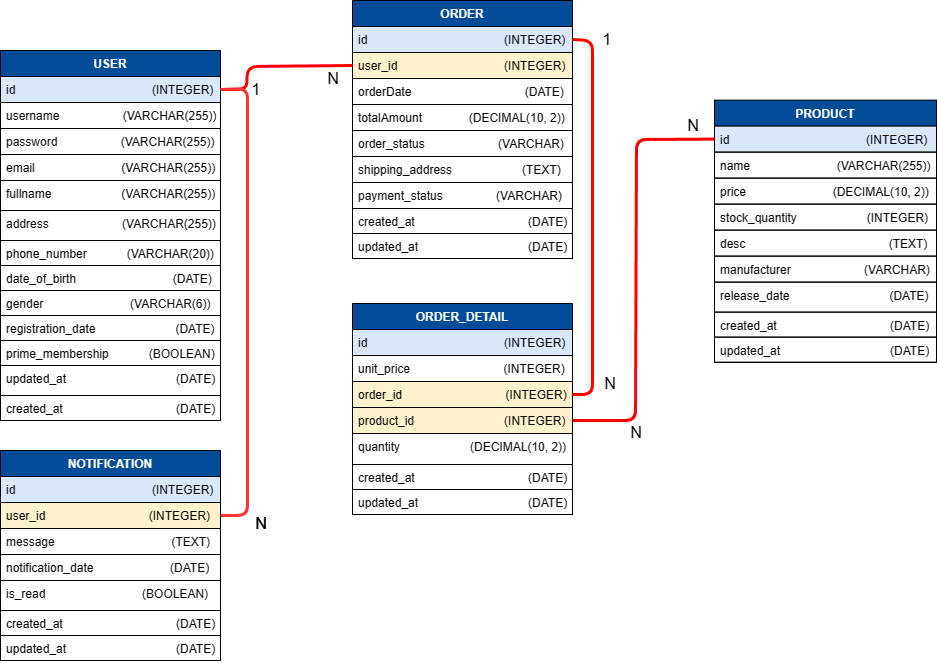
This is images/phat/DB_Design-release.png from LittleLegend-Pengiun/Thesis-ecommerce-k8s, a draw.io export, as it was before one commit. Source tidied: cells renumbered, new cells last; positions are measured from the earlier drawing's top-left corner, leaving out a move shared by most shapes.
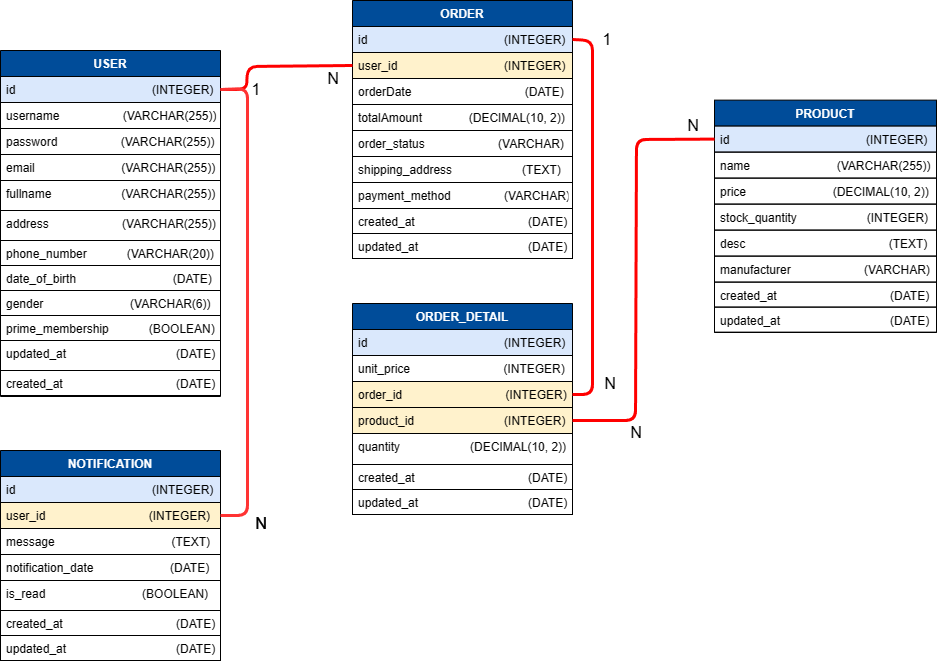
The same file after the commit.

What changed in the source:
```diff
@@ -3,7 +3,7 @@
     <mxCell id="0" />
     <mxCell id="1" parent="0" />
     <mxCell id="2" value="PRODUCT" style="swimlane;fontStyle=1;align=center;verticalAlign=top;horizontal=1;startSize=26;rounded=0;shadow=0;strokeWidth=1;fillColor=#004C99;strokeColor=#000000;fontColor=#FFFFFF;" parent="1" vertex="1">
-      <mxGeometry x="714" y="99.6" width="222" height="262.4" as="geometry" />
+      <mxGeometry x="714" y="99.6" width="222" height="232.4" as="geometry" />
     </mxCell>
     <mxCell id="3" value="id                                         (INTEGER)" style="text;align=left;verticalAlign=top;spacingLeft=4;spacingRight=4;overflow=hidden;points=[[0,0.5],[1,0.5]];portConstraint=eastwest;fillColor=#dae8fc;strokeColor=#000000;fontSize=12;" parent="2" vertex="1">
       <mxGeometry y="26" width="222" height="26" as="geometry" />
@@ -23,17 +23,14 @@
     <mxCell id="8" value="manufacturer                      (VARCHAR)" style="text;align=left;verticalAlign=top;spacingLeft=4;spacingRight=4;overflow=hidden;rounded=0;shadow=0;html=0;strokeColor=#000000;" parent="2" vertex="1">
       <mxGeometry y="156" width="222" height="26" as="geometry" />
     </mxCell>
-    <mxCell id="9" value="release_date                              (DATE)" style="text;align=left;verticalAlign=top;spacingLeft=4;spacingRight=4;overflow=hidden;rounded=0;shadow=0;html=0;strokeColor=#000000;" parent="2" vertex="1">
-      <mxGeometry y="182" width="222" height="30" as="geometry" />
-    </mxCell>
     <mxCell id="10" value="created_at                                  (DATE)" style="text;align=left;verticalAlign=top;spacingLeft=4;spacingRight=4;overflow=hidden;rounded=0;shadow=0;html=0;strokeWidth=1;strokeColor=default;" parent="2" vertex="1">
-      <mxGeometry y="212" width="222" height="25" as="geometry" />
+      <mxGeometry y="182" width="222" height="25" as="geometry" />
     </mxCell>
     <mxCell id="11" value="updated_at                                 (DATE)" style="text;align=left;verticalAlign=top;spacingLeft=4;spacingRight=4;overflow=hidden;rounded=0;shadow=0;html=0;strokeWidth=1;strokeColor=default;" parent="2" vertex="1">
-      <mxGeometry y="237" width="222" height="25" as="geometry" />
+      <mxGeometry y="207" width="222" height="25" as="geometry" />
     </mxCell>
     <mxCell id="12" value="USER" style="swimlane;fontStyle=1;align=center;verticalAlign=top;horizontal=1;startSize=26;rounded=0;shadow=0;strokeWidth=1;fillColor=#004C99;strokeColor=#000000;fontColor=#FFFFFF;" parent="1" vertex="1">
-      <mxGeometry y="50" width="220" height="370" as="geometry" />
+      <mxGeometry y="50" width="220" height="346" as="geometry" />
     </mxCell>
     <mxCell id="13" value="id                                         (INTEGER)" style="text;align=left;verticalAlign=top;spacingLeft=4;spacingRight=4;overflow=hidden;points=[[0,0.5],[1,0.5]];portConstraint=eastwest;fillColor=#dae8fc;strokeColor=#000000;fontSize=12;" parent="12" vertex="1">
       <mxGeometry y="26" width="220" height="26" as="geometry" />
@@ -62,15 +59,15 @@
     <mxCell id="21" value="gender                          (VARCHAR(6))" style="text;align=left;verticalAlign=top;spacingLeft=4;spacingRight=4;overflow=hidden;rounded=0;shadow=0;html=0;strokeColor=#000000;" parent="12" vertex="1">
       <mxGeometry y="240" width="220" height="25" as="geometry" />
     </mxCell>
-    <mxCell id="22" value="registration_date                        (DATE)" style="text;align=left;verticalAlign=top;spacingLeft=4;spacingRight=4;overflow=hidden;rounded=0;shadow=0;html=0;strokeColor=#000000;" parent="12" vertex="1">
-      <mxGeometry y="265" width="220" height="25" as="geometry" />
-    </mxCell>
     <mxCell id="23" value="prime_membership            (BOOLEAN)" style="text;align=left;verticalAlign=top;spacingLeft=4;spacingRight=4;overflow=hidden;rounded=0;shadow=0;html=0;strokeWidth=1;strokeColor=default;" parent="12" vertex="1">
-      <mxGeometry y="290" width="220" height="25" as="geometry" />
+      <mxGeometry y="265" width="220" height="25" as="geometry" />
     </mxCell>
     <mxCell id="24" value="updated_at                                 (DATE)" style="text;align=left;verticalAlign=top;spacingLeft=4;spacingRight=4;overflow=hidden;rounded=0;shadow=0;html=0;strokeWidth=1;strokeColor=default;" parent="12" vertex="1">
-      <mxGeometry y="315" width="220" height="30" as="geometry" />
+      <mxGeometry y="290" width="220" height="30" as="geometry" />
     </mxCell>
+    <mxCell id="63" value="created_at                                  (DATE)" style="text;align=left;verticalAlign=top;spacingLeft=4;spacingRight=4;overflow=hidden;rounded=0;shadow=0;html=0;strokeWidth=1;strokeColor=default;" parent="12" vertex="1">
+      <mxGeometry y="320" width="220" height="25" as="geometry" />
+    </mxCell>
     <mxCell id="25" value="ORDER" style="swimlane;fontStyle=1;align=center;verticalAlign=top;horizontal=1;startSize=26;rounded=0;shadow=0;strokeWidth=1;fillColor=#004C99;strokeColor=#000000;fontColor=#FFFFFF;" parent="1" vertex="1">
       <mxGeometry x="352" width="220" height="258" as="geometry" />
     </mxCell>
@@ -92,7 +89,7 @@
     <mxCell id="31" value="shipping_address                     (TEXT)" style="text;align=left;verticalAlign=top;spacingLeft=4;spacingRight=4;overflow=hidden;rounded=0;shadow=0;html=0;strokeColor=#000000;" parent="25" vertex="1">
       <mxGeometry y="156" width="220" height="26" as="geometry" />
     </mxCell>
-    <mxCell id="32" value="payment_status                (VARCHAR)" style="text;align=left;verticalAlign=top;spacingLeft=4;spacingRight=4;overflow=hidden;rounded=0;shadow=0;html=0;strokeColor=#000000;" parent="25" vertex="1">
+    <mxCell id="32" value="payment_method                (VARCHAR)" style="text;align=left;verticalAlign=top;spacingLeft=4;spacingRight=4;overflow=hidden;rounded=0;shadow=0;html=0;strokeColor=#000000;" parent="25" vertex="1">
       <mxGeometry y="182" width="220" height="26" as="geometry" />
     </mxCell>
     <mxCell id="33" value="created_at                                  (DATE)" style="text;align=left;verticalAlign=top;spacingLeft=4;spacingRight=4;overflow=hidden;rounded=0;shadow=0;html=0;strokeWidth=1;strokeColor=default;" parent="25" vertex="1">
@@ -205,8 +202,5 @@
     <mxCell id="62" value="&lt;font style=&quot;font-size: 16px;&quot;&gt;N&lt;/font&gt;" style="text;html=1;strokeColor=none;fillColor=none;align=center;verticalAlign=middle;whiteSpace=wrap;rounded=0;" parent="1" vertex="1">
       <mxGeometry x="597" y="377" width="26" height="11" as="geometry" />
     </mxCell>
-    <mxCell id="63" value="created_at                                  (DATE)" style="text;align=left;verticalAlign=top;spacingLeft=4;spacingRight=4;overflow=hidden;rounded=0;shadow=0;html=0;strokeWidth=1;strokeColor=default;" parent="1" vertex="1">
-      <mxGeometry y="395" width="220" height="25" as="geometry" />
-    </mxCell>
   </root>
 </mxGraphModel>
```
